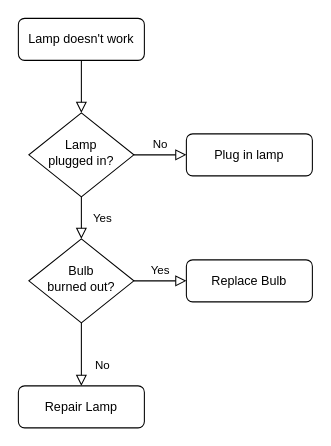
RileeyL/Password_generator keeps this draw.io diagram as Untitled Diagram.drawio. Above is the earlier version. Source tidied: cells renumbered, new cells numbered last; positions are measured from the earlier drawing's top-left corner, leaving out a move shared by most shapes. Both pictures are drawn from the tidied source at 105%, with x=0, y=0 at pixel (18, 18).
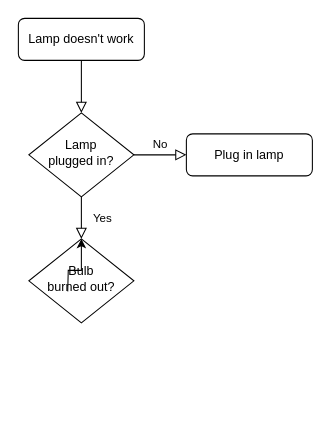
The same page after the edit.

Diff of the diagram source:
```diff
@@
 <mxGraphModel>
   <root>
     <mxCell id="0" />
     <mxCell id="1" parent="0" />
     <mxCell id="2" style="rounded=0;html=1;jettySize=auto;fontSize=11;endArrow=block;endFill=0;endSize=8;strokeWidth=1;shadow=0;labelBackgroundColor=none;edgeStyle=orthogonalEdgeStyle;" parent="1" edge="1" source="3" target="6">
       <mxGeometry relative="1" as="geometry" />
     </mxCell>
     <mxCell id="3" value="Lamp doesn't work" style="rounded=1;whiteSpace=wrap;html=1;fontSize=12;glass=0;strokeWidth=1;shadow=0;" parent="1" vertex="1">
       <mxGeometry width="120" height="40" as="geometry" />
     </mxCell>
     <mxCell id="4" value="Yes" style="rounded=0;html=1;jettySize=auto;fontSize=11;endArrow=block;endFill=0;endSize=8;strokeWidth=1;shadow=0;labelBackgroundColor=none;edgeStyle=orthogonalEdgeStyle;" parent="1" edge="1" source="6" target="10">
       <mxGeometry y="20" relative="1" as="geometry" />
     </mxCell>
     <mxCell id="5" value="No" style="edgeStyle=orthogonalEdgeStyle;rounded=0;html=1;jettySize=auto;fontSize=11;endArrow=block;endFill=0;endSize=8;strokeWidth=1;shadow=0;labelBackgroundColor=none;" parent="1" edge="1" source="6" target="7">
       <mxGeometry y="10" relative="1" as="geometry" />
     </mxCell>
     <mxCell id="6" value="Lamp&lt;br&gt;plugged in?" style="rhombus;whiteSpace=wrap;html=1;shadow=0;fontFamily=Helvetica;fontSize=12;align=center;strokeWidth=1;spacing=6;spacingTop=-4;" parent="1" vertex="1">
       <mxGeometry x="10" y="90" width="100" height="80" as="geometry" />
     </mxCell>
     <mxCell id="7" value="Plug in lamp" style="rounded=1;whiteSpace=wrap;html=1;fontSize=12;glass=0;strokeWidth=1;shadow=0;" parent="1" vertex="1">
       <mxGeometry x="160" y="110" width="120" height="40" as="geometry" />
     </mxCell>
-    <mxCell id="8" value="No" style="rounded=0;html=1;jettySize=auto;fontSize=11;endArrow=block;endFill=0;endSize=8;strokeWidth=1;shadow=0;labelBackgroundColor=none;edgeStyle=orthogonalEdgeStyle;" parent="1" edge="1" source="10" target="11">
-      <mxGeometry x="0.33" y="20" relative="1" as="geometry" />
-    </mxCell>
-    <mxCell id="9" value="Yes" style="edgeStyle=orthogonalEdgeStyle;rounded=0;html=1;jettySize=auto;fontSize=11;endArrow=block;endFill=0;endSize=8;strokeWidth=1;shadow=0;labelBackgroundColor=none;" parent="1" edge="1" source="10" target="12">
-      <mxGeometry y="10" relative="1" as="geometry" />
-    </mxCell>
     <mxCell id="10" value="Bulb&lt;br&gt;burned out?" style="rhombus;whiteSpace=wrap;html=1;shadow=0;fontFamily=Helvetica;fontSize=12;align=center;strokeWidth=1;spacing=6;spacingTop=-4;" parent="1" vertex="1">
       <mxGeometry x="10" y="210" width="100" height="80" as="geometry" />
     </mxCell>
-    <mxCell id="11" value="Repair Lamp" style="rounded=1;whiteSpace=wrap;html=1;fontSize=12;glass=0;strokeWidth=1;shadow=0;" parent="1" vertex="1">
-      <mxGeometry y="350" width="120" height="40" as="geometry" />
-    </mxCell>
-    <mxCell id="12" value="Replace Bulb" style="rounded=1;whiteSpace=wrap;html=1;fontSize=12;glass=0;strokeWidth=1;shadow=0;" parent="1" vertex="1">
-      <mxGeometry x="160" y="230" width="120" height="40" as="geometry" />
-    </mxCell>
+    <mxCell id="13" style="edgeStyle=orthogonalEdgeStyle;rounded=0;jettySize=auto;html=1;exitX=0.25;exitY=0;exitDx=0;exitDy=0;" parent="1" edge="1" target="10">
+      <mxGeometry relative="1" as="geometry">
+        <mxPoint x="47" y="260" as="sourcePoint" />
+      </mxGeometry>
+    </mxCell>
   </root>
 </mxGraphModel>
```
